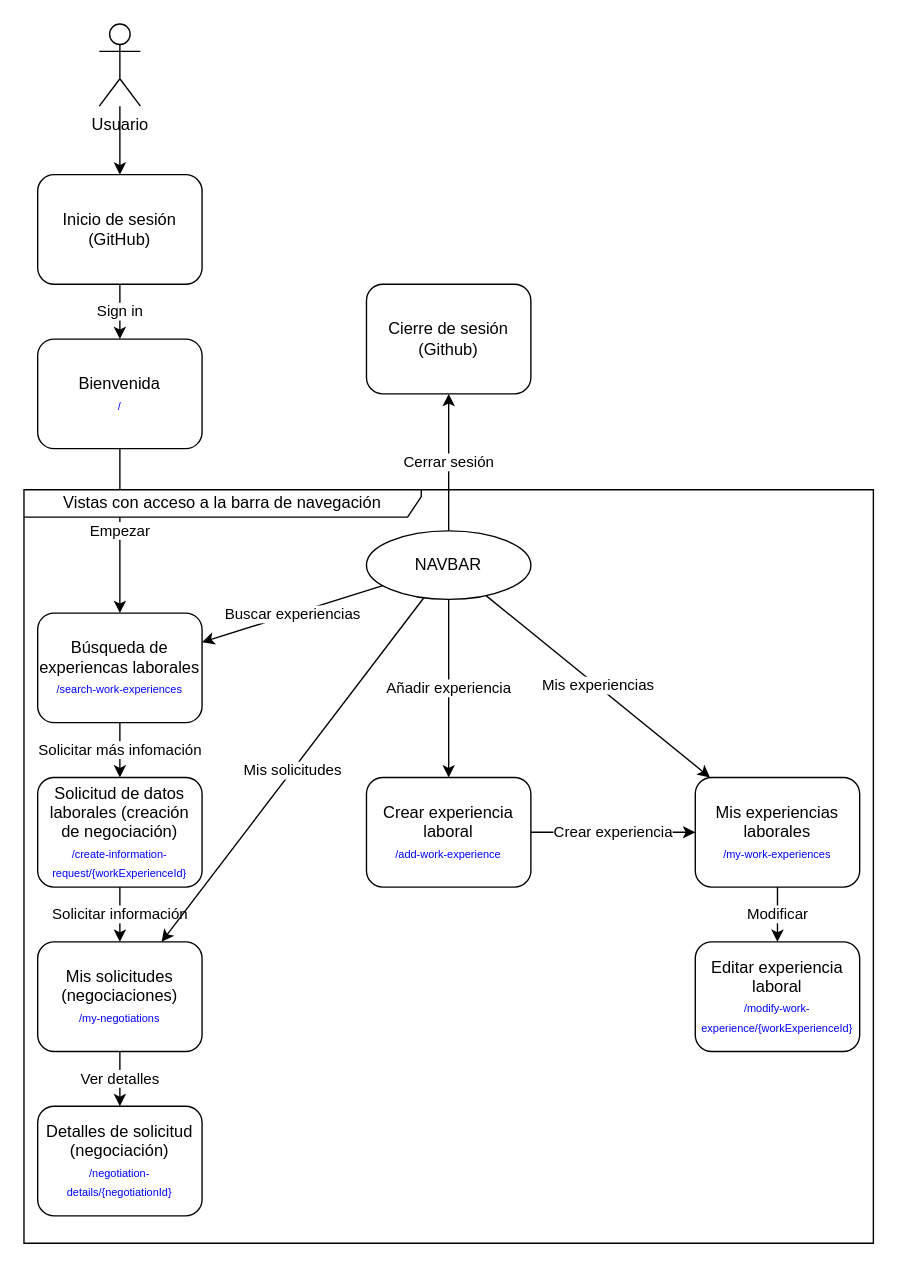
vicengg/protic keeps this draw.io diagram as doc/Navegacion.drawio. Above is the earlier version. Source tidied: cells renumbered, new cells numbered last; positions are measured from the earlier drawing's top-left corner, leaving out a move shared by most shapes. Both pictures are drawn from the tidied source at 137%, with x=0, y=0 at pixel (23, 23).
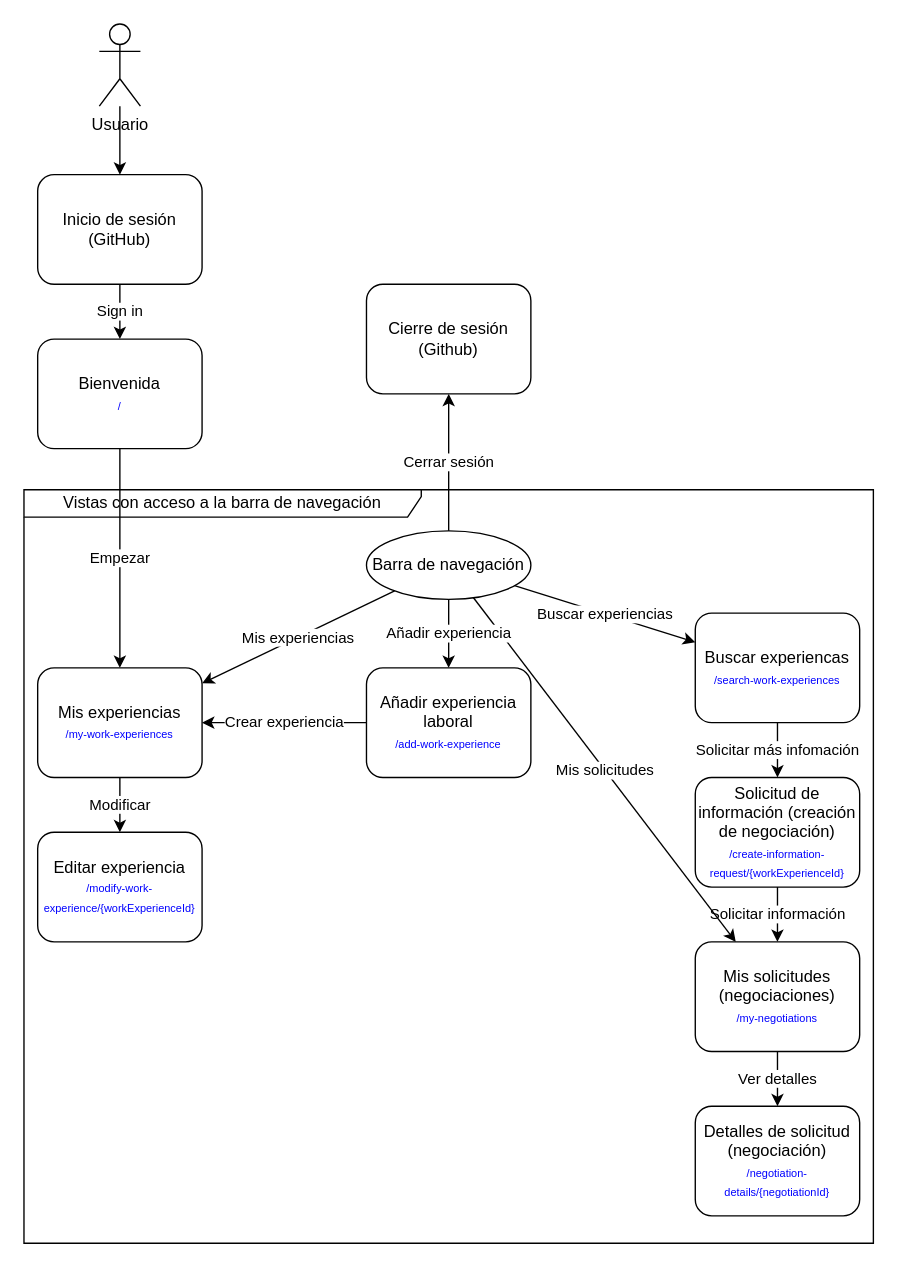
Above is the later version.

Unchanged cells that the change refers to:
```xml
<mxCell id="7" value="Bienvenida&lt;br&gt;&lt;font color=&quot;#0000ff&quot; style=&quot;font-size: 8px&quot;&gt;/&lt;/font&gt;" style="rounded=1;whiteSpace=wrap;html=1;" parent="1" vertex="1">
  <mxGeometry x="10" y="230" width="120" height="80" as="geometry" />
</mxCell>
```

Change to the diagram source:
```diff
@@
+    <mxCell id="3" value="Vistas con acceso a la barra de navegación" style="shape=umlFrame;whiteSpace=wrap;html=1;width=290;height=20;" parent="1" vertex="1">
+      <mxGeometry y="340" width="620" height="550" as="geometry" />
+    </mxCell>
-    <mxCell id="2" value="Empezar" style="endArrow=classic;html=1;" parent="1" edge="1" source="7" target="8">
+    <mxCell id="2" value="Empezar" style="endArrow=classic;html=1;" parent="1" edge="1" source="7" target="21">
       <mxGeometry relative="1" as="geometry" />
     </mxCell>
-    <mxCell id="3" value="Vistas con acceso a la barra de navegación" style="shape=umlFrame;whiteSpace=wrap;html=1;width=290;height=20;" parent="1" vertex="1">
-      <mxGeometry y="340" width="620" height="550" as="geometry" />
-    </mxCell>
@@
-    <mxCell id="6" value="NAVBAR" style="ellipse;whiteSpace=wrap;html=1;" parent="1" vertex="1">
+    <mxCell id="6" value="Barra de navegación" style="ellipse;whiteSpace=wrap;html=1;" parent="1" vertex="1">
       <mxGeometry x="250" y="370" width="120" height="50" as="geometry" />
     </mxCell>
@@
-    <mxCell id="8" value="Búsqueda de experiencas laborales&lt;br&gt;&lt;font color=&quot;#0000ff&quot; style=&quot;font-size: 8px&quot;&gt;/search-work-experiences&lt;/font&gt;" style="rounded=1;whiteSpace=wrap;html=1;" parent="1" vertex="1">
-      <mxGeometry x="10" y="430" width="120" height="80" as="geometry" />
+    <mxCell id="8" value="Buscar experiencas&lt;br&gt;&lt;font color=&quot;#0000ff&quot; style=&quot;font-size: 8px&quot;&gt;/search-work-experiences&lt;/font&gt;" style="rounded=1;whiteSpace=wrap;html=1;" parent="1" vertex="1">
+      <mxGeometry x="490" y="430" width="120" height="80" as="geometry" />
     </mxCell>
@@
-    <mxCell id="11" value="Solicitud de datos laborales (creación de negociación)&lt;br&gt;&lt;font color=&quot;#0000ff&quot;&gt;&lt;span style=&quot;font-size: 8px&quot;&gt;/create-information-request/{workExperienceId}&lt;/span&gt;&lt;/font&gt;" style="rounded=1;whiteSpace=wrap;html=1;" parent="1" vertex="1">
-      <mxGeometry x="10" y="550" width="120" height="80" as="geometry" />
+    <mxCell id="11" value="Solicitud de información (creación de negociación)&lt;br&gt;&lt;font color=&quot;#0000ff&quot;&gt;&lt;span style=&quot;font-size: 8px&quot;&gt;/create-information-request/{workExperienceId}&lt;/span&gt;&lt;/font&gt;" style="rounded=1;whiteSpace=wrap;html=1;" parent="1" vertex="1">
+      <mxGeometry x="490" y="550" width="120" height="80" as="geometry" />
     </mxCell>
@@
     <mxCell id="13" value="Mis solicitudes&lt;br&gt;(negociaciones)&lt;br&gt;&lt;span style=&quot;color: rgb(0 , 0 , 255) ; font-size: 8px&quot;&gt;/my-negotiations&lt;/span&gt;" style="rounded=1;whiteSpace=wrap;html=1;" parent="1" vertex="1">
-      <mxGeometry x="10" y="670" width="120" height="80" as="geometry" />
+      <mxGeometry x="490" y="670" width="120" height="80" as="geometry" />
     </mxCell>
@@
     <mxCell id="17" value="Detalles de solicitud&lt;br&gt;(negociación)&lt;br&gt;&lt;span style=&quot;color: rgb(0 , 0 , 255) ; font-size: 8px&quot;&gt;/&lt;/span&gt;&lt;font color=&quot;#0000ff&quot;&gt;&lt;span style=&quot;font-size: 8px&quot;&gt;negotiation-details/{negotiationId}&lt;/span&gt;&lt;/font&gt;" style="rounded=1;whiteSpace=wrap;html=1;" parent="1" vertex="1">
-      <mxGeometry x="10" y="790" width="120" height="80" as="geometry" />
+      <mxGeometry x="490" y="790" width="120" height="80" as="geometry" />
     </mxCell>
@@
-    <mxCell id="19" value="Crear experiencia laboral&lt;br&gt;&lt;font color=&quot;#0000ff&quot;&gt;&lt;span style=&quot;font-size: 8px&quot;&gt;/add-work-experience&lt;/span&gt;&lt;/font&gt;" style="rounded=1;whiteSpace=wrap;html=1;" parent="1" vertex="1">
-      <mxGeometry x="250" y="550" width="120" height="80" as="geometry" />
+    <mxCell id="19" value="Añadir experiencia laboral&lt;br&gt;&lt;font color=&quot;#0000ff&quot;&gt;&lt;span style=&quot;font-size: 8px&quot;&gt;/add-work-experience&lt;/span&gt;&lt;/font&gt;" style="rounded=1;whiteSpace=wrap;html=1;" parent="1" vertex="1">
+      <mxGeometry x="250" y="470" width="120" height="80" as="geometry" />
     </mxCell>
@@
-    <mxCell id="21" value="Mis experiencias laborales&lt;br&gt;&lt;font color=&quot;#0000ff&quot;&gt;&lt;span style=&quot;font-size: 8px&quot;&gt;/my-work-experiences&lt;/span&gt;&lt;/font&gt;" style="rounded=1;whiteSpace=wrap;html=1;" parent="1" vertex="1">
-      <mxGeometry x="490" y="550" width="120" height="80" as="geometry" />
+    <mxCell id="21" value="Mis experiencias&lt;br&gt;&lt;font color=&quot;#0000ff&quot;&gt;&lt;span style=&quot;font-size: 8px&quot;&gt;/my-work-experiences&lt;/span&gt;&lt;/font&gt;" style="rounded=1;whiteSpace=wrap;html=1;" parent="1" vertex="1">
+      <mxGeometry x="10" y="470" width="120" height="80" as="geometry" />
     </mxCell>
@@
-    <mxCell id="24" value="Editar experiencia laboral&lt;br&gt;&lt;font color=&quot;#0000ff&quot;&gt;&lt;span style=&quot;font-size: 8px&quot;&gt;/modify-work-experience/{workExperienceId}&lt;/span&gt;&lt;/font&gt;" style="rounded=1;whiteSpace=wrap;html=1;" parent="1" vertex="1">
-      <mxGeometry x="490" y="670" width="120" height="80" as="geometry" />
+    <mxCell id="24" value="Editar experiencia&lt;br&gt;&lt;font color=&quot;#0000ff&quot;&gt;&lt;span style=&quot;font-size: 8px&quot;&gt;/modify-work-experience/{workExperienceId}&lt;/span&gt;&lt;/font&gt;" style="rounded=1;whiteSpace=wrap;html=1;" parent="1" vertex="1">
+      <mxGeometry x="10" y="590" width="120" height="80" as="geometry" />
     </mxCell>
```
